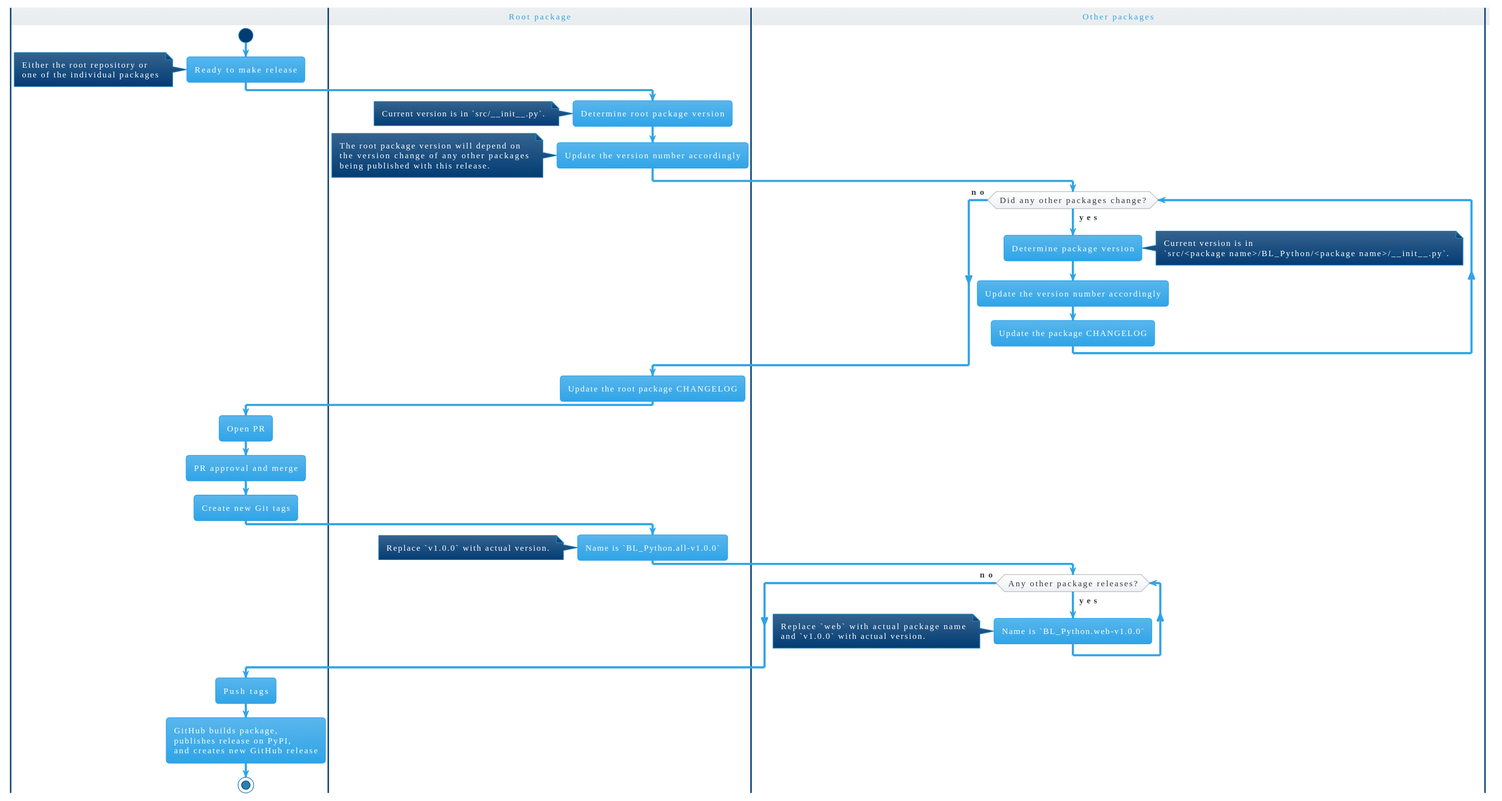
uclahs-cds/Ligare keeps this PlantUML diagram as docs/processes/create_new_release.svg. Above is the earlier version.
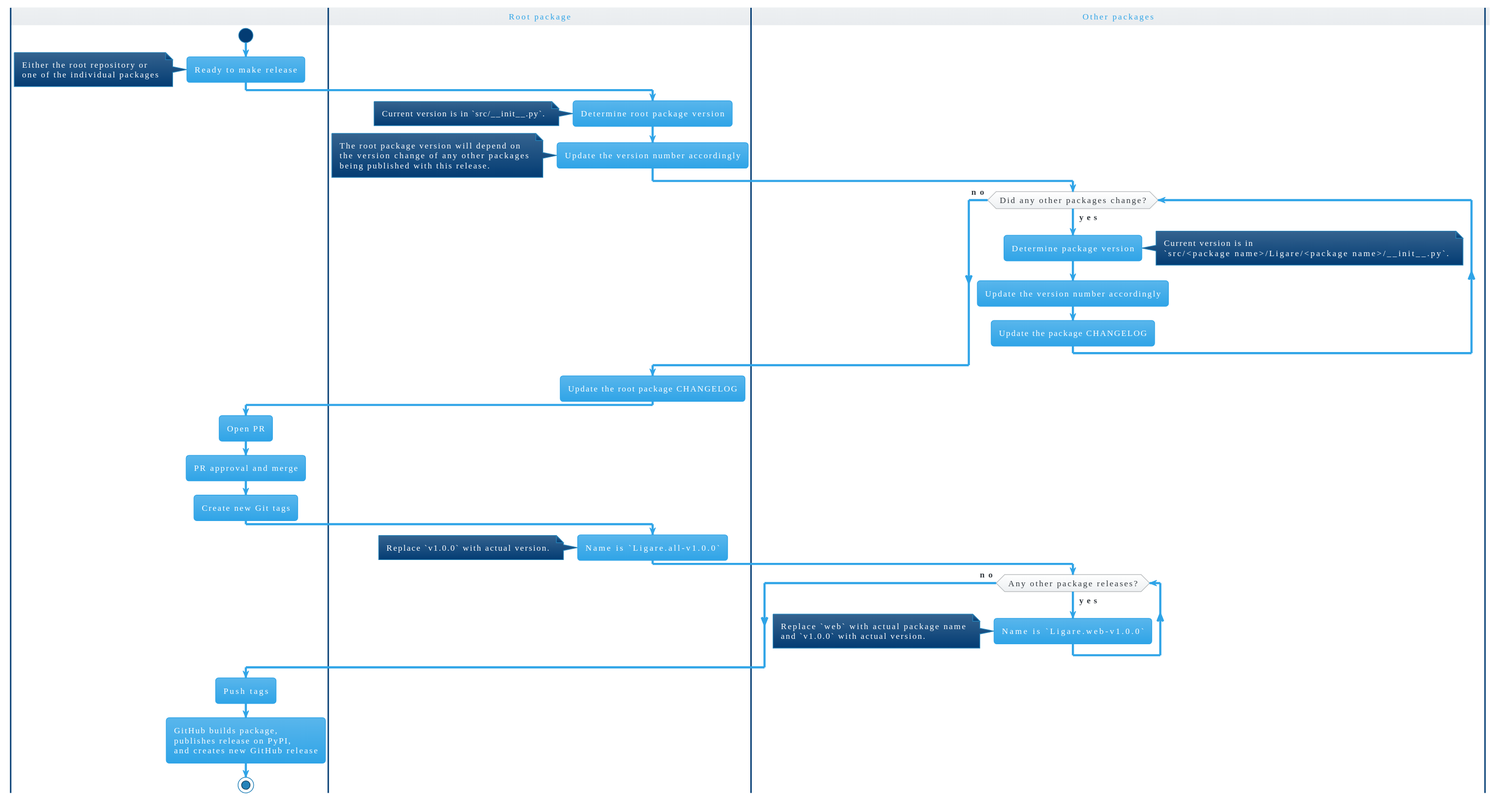
After the commit.

Diff of the diagram source:
```diff
@@ -28,7 +28,7 @@
         :Determine package version;
         note right
         Current version is in
-        `src/<package name>/BL_Python/<package name>/~__init__.py`.
+        `src/<package name>/Ligare/<package name>/~__init__.py`.
         end note
         :Update the version number accordingly;
         :Update the package CHANGELOG;
@@ -43,14 +43,14 @@
     :Create new Git tags;
 
 |Root package|
-    :Name is `BL_Python.all-v1.0.0`;
+    :Name is `Ligare.all-v1.0.0`;
     note
     Replace `v1.0.0` with actual version.
     end note
 
 |Other packages|
     while (Any other package releases?) is (<b>yes)
-        :Name is `BL_Python.web-v1.0.0`;
+        :Name is `Ligare.web-v1.0.0`;
         note
         Replace `web` with actual package name
         and `v1.0.0` with actual version.
```
